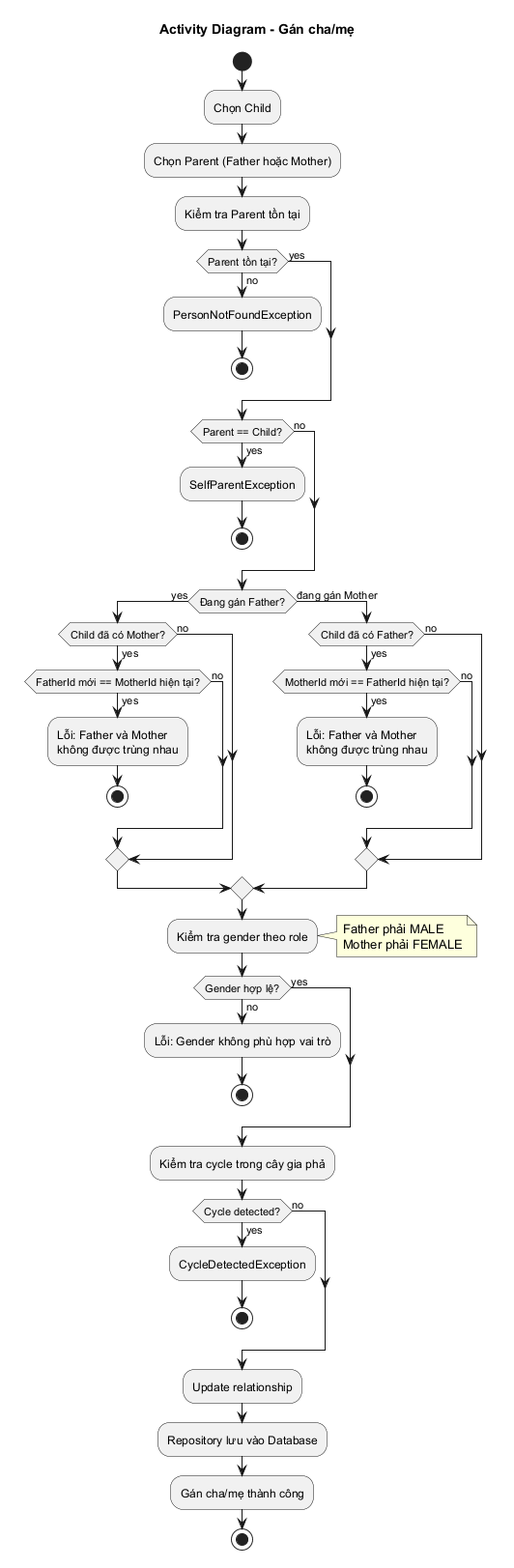
This is docs/uml/activity-assign-parent.png from minhchien170704/do-an-gia-pha, a PlantUML export, as it was before one commit.
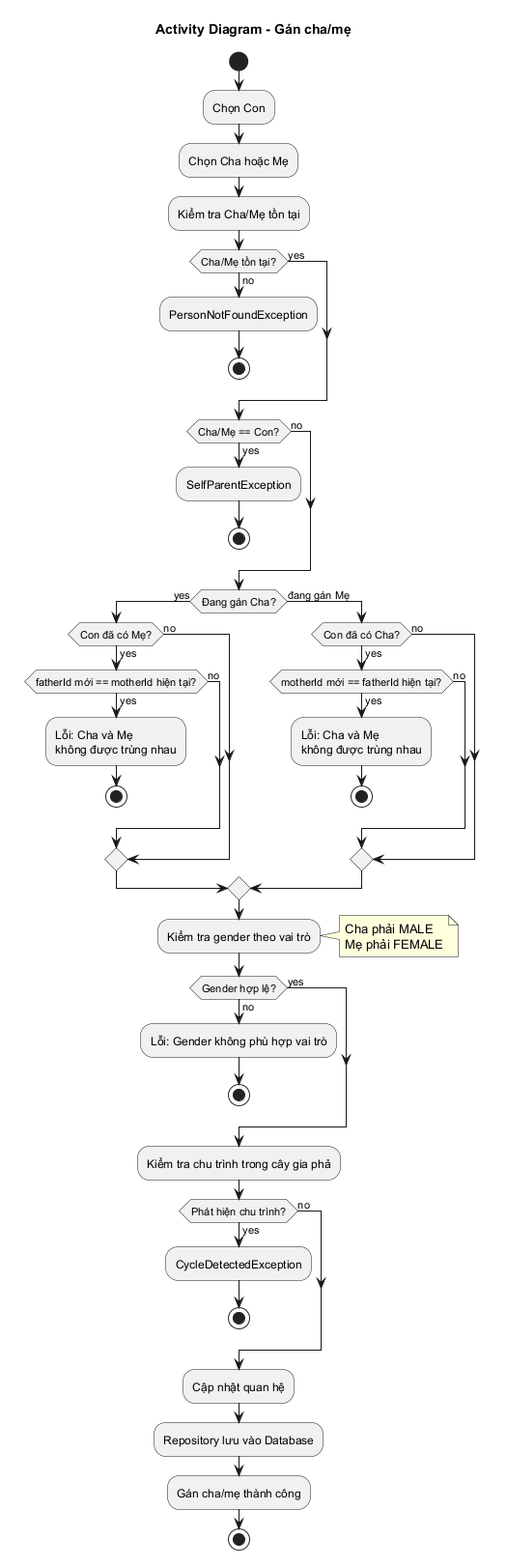
After the change.

The edit, as a diff of the source:
```diff
@@ -4,37 +4,37 @@
 
 start
 
-:Chọn Child;
+:Chọn Con;
 
-:Chọn Parent (Father hoặc Mother);
+:Chọn Cha hoặc Mẹ;
 
-:Kiểm tra Parent tồn tại;
+:Kiểm tra Cha/Mẹ tồn tại;
 
-if (Parent tồn tại?) then (yes)
+if (Cha/Mẹ tồn tại?) then (yes)
 else (no)
   :PersonNotFoundException;
   stop
 endif
 
-if (Parent == Child?) then (yes)
+if (Cha/Mẹ == Con?) then (yes)
   :SelfParentException;
   stop
 else (no)
 endif
 
-if (Đang gán Father?) then (yes)
-  if (Child đã có Mother?) then (yes)
-    if (FatherId mới == MotherId hiện tại?) then (yes)
-      :Lỗi: Father và Mother\nkhông được trùng nhau;
+if (Đang gán Cha?) then (yes)
+  if (Con đã có Mẹ?) then (yes)
+    if (fatherId mới == motherId hiện tại?) then (yes)
+      :Lỗi: Cha và Mẹ\nkhông được trùng nhau;
       stop
     else (no)
     endif
   else (no)
   endif
-else (đang gán Mother)
-  if (Child đã có Father?) then (yes)
-    if (MotherId mới == FatherId hiện tại?) then (yes)
-      :Lỗi: Father và Mother\nkhông được trùng nhau;
+else (đang gán Mẹ)
+  if (Con đã có Cha?) then (yes)
+    if (motherId mới == fatherId hiện tại?) then (yes)
+      :Lỗi: Cha và Mẹ\nkhông được trùng nhau;
       stop
     else (no)
     endif
@@ -42,10 +42,10 @@
   endif
 endif
 
-:Kiểm tra gender theo role;
+:Kiểm tra gender theo vai trò;
 note right
-  Father phải MALE
-  Mother phải FEMALE
+  Cha phải MALE
+  Mẹ phải FEMALE
 end note
 
 if (Gender hợp lệ?) then (yes)
@@ -54,15 +54,15 @@
   stop
 endif
 
-:Kiểm tra cycle trong cây gia phả;
+:Kiểm tra chu trình trong cây gia phả;
 
-if (Cycle detected?) then (yes)
+if (Phát hiện chu trình?) then (yes)
   :CycleDetectedException;
   stop
 else (no)
 endif
 
-:Update relationship;
+:Cập nhật quan hệ;
 :Repository lưu vào Database;
 :Gán cha/mẹ thành công;
 
```
